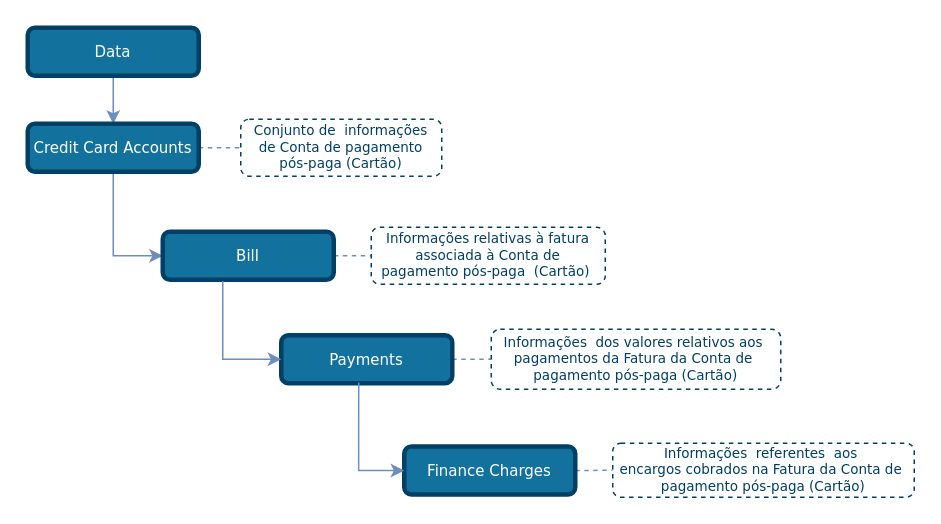
Before: draw_io_diagrams/credit_cards/TLD_CreditCardAccount_Bill.drawio in OpenBanking-Brasil/areadesenvolvedor, a draw.io diagram. Source tidied: cells renumbered, new cells numbered last; positions are measured from the earlier drawing's top-left corner, leaving out a move shared by most shapes. Both pictures are drawn from the tidied source at 150%, with x=0, y=0 at pixel (27, 27).
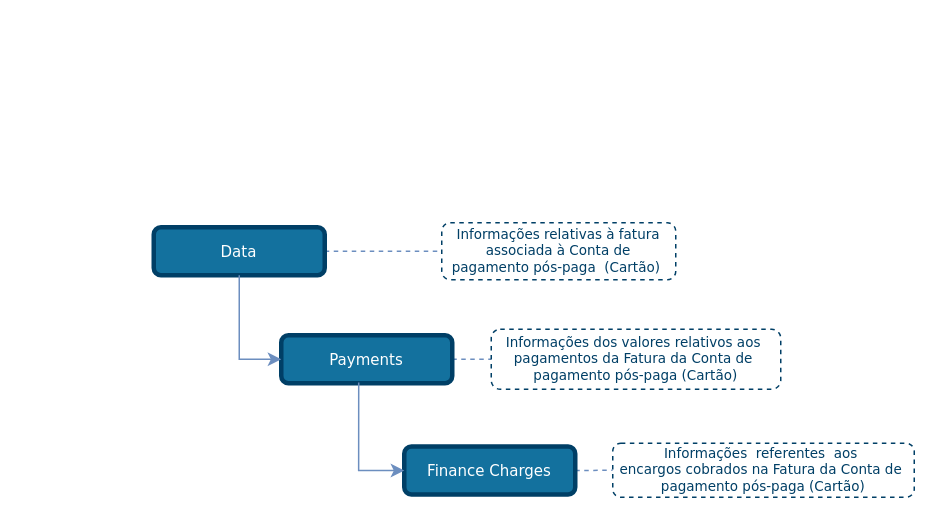
The same diagram, later.

Commit message (it also covers changes not shown here):
Credit Cards Account - Update TLDs

The edit, as a diff of the source:
```diff
@@
 <mxGraphModel>
   <root>
     <mxCell id="0" />
     <mxCell id="1" parent="0" />
-    <mxCell id="2" style="edgeStyle=none;rounded=1;jettySize=auto;html=1;entryX=0;entryY=0.5;entryDx=0;entryDy=0;dashed=1;endArrow=none;endFill=0;endSize=6;strokeColor=#6C8EBF;exitX=1;exitY=0.5;exitDx=0;exitDy=0;" parent="1" edge="1" source="10" target="8">
+    <mxCell id="2" style="edgeStyle=none;rounded=1;jettySize=auto;html=1;entryX=0;entryY=0.5;entryDx=0;entryDy=0;dashed=1;endArrow=none;endFill=0;endSize=6;strokeColor=#6C8EBF;exitX=1;exitY=0.5;exitDx=0;exitDy=0;" parent="1" edge="1" source="4" target="8">
       <mxGeometry relative="1" as="geometry" />
     </mxCell>
-    <mxCell id="3" style="edgeStyle=orthogonalEdgeStyle;rounded=0;jettySize=auto;html=1;exitX=0.5;exitY=1;exitDx=0;exitDy=0;entryX=0.5;entryY=0;entryDx=0;entryDy=0;endSize=6;fillColor=#dae8fc;strokeColor=#6c8ebf;comic=0;shadow=0;backgroundOutline=0;snapToPoint=0;fixDash=0;endArrow=classic;endFill=1;" parent="1" edge="1" source="4">
-      <mxGeometry relative="1" as="geometry">
-        <mxPoint x="57" y="64" as="targetPoint" />
-      </mxGeometry>
-    </mxCell>
     <mxCell id="4" value="Data" style="rounded=1;whiteSpace=wrap;html=1;comic=0;shadow=0;backgroundOutline=0;snapToPoint=0;fixDash=0;strokeWidth=3;fontFamily=Verdana;fontStyle=0;labelBackgroundColor=none;labelBorderColor=none;fontSize=10;fillColor=#13719E;strokeColor=#003F66;fontColor=#ffffff;" parent="1" vertex="1">
-      <mxGeometry width="114" height="32" as="geometry" />
+      <mxGeometry x="84" y="133" width="114" height="32" as="geometry" />
     </mxCell>
-    <mxCell id="5" style="edgeStyle=orthogonalEdgeStyle;rounded=0;jettySize=auto;html=1;exitX=0.5;exitY=1;exitDx=0;exitDy=0;entryX=0;entryY=0.5;entryDx=0;entryDy=0;strokeColor=#6C8EBF;endArrow=classic;endFill=1;" parent="1" edge="1" source="9" target="10">
-      <mxGeometry relative="1" as="geometry" />
-    </mxCell>
-    <mxCell id="6" style="edgeStyle=none;rounded=1;jettySize=auto;html=1;exitX=1;exitY=0.5;exitDx=0;exitDy=0;entryX=0;entryY=0.5;entryDx=0;entryDy=0;dashed=1;endArrow=none;endFill=0;endSize=6;strokeColor=#6C8EBF;" parent="1" edge="1" source="9" target="7">
-      <mxGeometry relative="1" as="geometry" />
-    </mxCell>
-    <mxCell id="7" value="&lt;font style=&quot;font-size: 9px&quot;&gt;Conjunto de&amp;nbsp; informações de Conta de pagamento pós-paga (Cartão)&lt;/font&gt;" style="rounded=1;whiteSpace=wrap;html=1;shadow=0;comic=0;strokeColor=#003F66;strokeWidth=1;fillColor=#ffffff;fontFamily=Verdana;fontSize=9;fontColor=#003F66;dashed=1;spacingLeft=5;spacing=0;spacingRight=5;spacingBottom=5;spacingTop=5;align=center;verticalAlign=middle;gradientColor=#ffffff;" parent="1" vertex="1">
-      <mxGeometry x="142" y="61" width="134" height="38" as="geometry" />
-    </mxCell>
     <mxCell id="8" value="&lt;font&gt;Informações relativas à&lt;span&gt;&amp;nbsp;fatura&lt;br&gt;&lt;/span&gt;&lt;span&gt;&amp;nbsp;associada à Conta de&amp;nbsp; pagamento pós-paga&lt;/span&gt;&amp;nbsp; (Cartão)&amp;nbsp;&lt;/font&gt;" style="rounded=1;whiteSpace=wrap;html=1;shadow=0;comic=0;strokeColor=#003F66;strokeWidth=1;fillColor=#ffffff;fontFamily=Verdana;fontSize=9;fontColor=#003F66;dashed=1;spacingLeft=5;spacing=0;spacingRight=5;spacingBottom=5;spacingTop=5;align=center;verticalAlign=middle;gradientColor=#ffffff;" parent="1" vertex="1">
-      <mxGeometry x="229" y="133" width="156" height="38" as="geometry" />
+      <mxGeometry x="276" y="130" width="156" height="38" as="geometry" />
     </mxCell>
-    <mxCell id="9" value="Credit Card Accounts" style="rounded=1;whiteSpace=wrap;html=1;comic=0;shadow=0;backgroundOutline=0;snapToPoint=0;fixDash=0;strokeWidth=3;fontFamily=Verdana;fontStyle=0;labelBackgroundColor=none;labelBorderColor=none;fontSize=10;fillColor=#13719E;strokeColor=#003F66;fontColor=#ffffff;" parent="1" vertex="1">
-      <mxGeometry y="64" width="114" height="32" as="geometry" />
-    </mxCell>
-    <mxCell id="10" value="Bill" style="rounded=1;whiteSpace=wrap;html=1;comic=0;shadow=0;backgroundOutline=0;snapToPoint=0;fixDash=0;strokeWidth=3;fontFamily=Verdana;fontStyle=0;labelBackgroundColor=none;labelBorderColor=none;fontSize=10;fillColor=#13719E;strokeColor=#003F66;fontColor=#ffffff;" parent="1" vertex="1">
-      <mxGeometry x="90" y="136" width="114" height="32" as="geometry" />
-    </mxCell>
     <mxCell id="11" style="edgeStyle=none;rounded=1;jettySize=auto;html=1;entryX=0;entryY=0.5;entryDx=0;entryDy=0;dashed=1;endArrow=none;endFill=0;endSize=6;strokeColor=#6C8EBF;exitX=1;exitY=0.5;exitDx=0;exitDy=0;" parent="1" edge="1" source="13" target="12">
       <mxGeometry relative="1" as="geometry" />
     </mxCell>
-    <mxCell id="12" value="&lt;font style=&quot;font-size: 9px&quot;&gt;Informações&amp;nbsp; dos&amp;nbsp;&lt;/font&gt;&lt;span&gt;valores relativos aos&amp;nbsp;&lt;/span&gt;&lt;div&gt;pagamentos da Fatura da Conta de&amp;nbsp;&lt;/div&gt;&lt;div&gt;pagamento pós-paga (Cartão)&lt;/div&gt;" style="rounded=1;whiteSpace=wrap;html=1;shadow=0;comic=0;strokeColor=#003F66;strokeWidth=1;fillColor=#ffffff;fontFamily=Verdana;fontSize=9;fontColor=#003F66;dashed=1;spacingLeft=5;spacing=0;spacingRight=5;spacingBottom=5;spacingTop=5;align=center;verticalAlign=middle;gradientColor=#ffffff;" parent="1" vertex="1">
+    <mxCell id="12" value="&lt;font style=&quot;font-size: 9px&quot;&gt;Informações dos&amp;nbsp;&lt;/font&gt;&lt;span&gt;valores relativos aos&amp;nbsp;&lt;/span&gt;&lt;div&gt;pagamentos da Fatura da Conta de&amp;nbsp;&lt;/div&gt;&lt;div&gt;pagamento pós-paga (Cartão)&lt;/div&gt;" style="rounded=1;whiteSpace=wrap;html=1;shadow=0;comic=0;strokeColor=#003F66;strokeWidth=1;fillColor=#ffffff;fontFamily=Verdana;fontSize=9;fontColor=#003F66;dashed=1;spacingLeft=5;spacing=0;spacingRight=5;spacingBottom=5;spacingTop=5;align=center;verticalAlign=middle;gradientColor=#ffffff;" parent="1" vertex="1">
       <mxGeometry x="309" y="201" width="193" height="40" as="geometry" />
     </mxCell>
     <mxCell id="13" value="Payments" style="rounded=1;whiteSpace=wrap;html=1;comic=0;shadow=0;backgroundOutline=0;snapToPoint=0;fixDash=0;strokeWidth=3;fontFamily=Verdana;fontStyle=0;labelBackgroundColor=none;labelBorderColor=none;fontSize=10;fillColor=#13719E;strokeColor=#003F66;fontColor=#ffffff;" parent="1" vertex="1">
       <mxGeometry x="169" y="205" width="114" height="32" as="geometry" />
     </mxCell>
-    <mxCell id="14" style="edgeStyle=orthogonalEdgeStyle;rounded=0;jettySize=auto;html=1;exitX=0.351;exitY=1.026;exitDx=0;exitDy=0;entryX=0;entryY=0.5;entryDx=0;entryDy=0;strokeColor=#6C8EBF;endArrow=classic;endFill=1;exitPerimeter=0;" parent="1" edge="1" source="10" target="13">
+    <mxCell id="14" style="edgeStyle=orthogonalEdgeStyle;rounded=0;jettySize=auto;html=1;entryX=0;entryY=0.5;entryDx=0;entryDy=0;strokeColor=#6C8EBF;endArrow=classic;endFill=1;exitX=0.5;exitY=1;exitDx=0;exitDy=0;" parent="1" edge="1" source="4" target="13">
       <mxGeometry relative="1" as="geometry" />
     </mxCell>
     <mxCell id="15" style="edgeStyle=none;rounded=1;jettySize=auto;html=1;entryX=0;entryY=0.5;entryDx=0;entryDy=0;dashed=1;endArrow=none;endFill=0;endSize=6;strokeColor=#6C8EBF;exitX=1;exitY=0.5;exitDx=0;exitDy=0;" parent="1" edge="1" source="17" target="16">
       <mxGeometry relative="1" as="geometry" />
     </mxCell>
     <mxCell id="16" value="&lt;font style=&quot;font-size: 9px&quot;&gt;Informações&amp;nbsp; referentes&amp;nbsp;&lt;/font&gt;&lt;span&gt;&amp;nbsp;aos&amp;nbsp;&lt;/span&gt;&lt;div&gt;encargos cobrados na Fatura da Conta de&amp;nbsp;&lt;/div&gt;&lt;div&gt;pagamento pós-paga (Cartão)&lt;/div&gt;" style="rounded=1;whiteSpace=wrap;html=1;shadow=0;comic=0;strokeColor=#003F66;strokeWidth=1;fillColor=#ffffff;fontFamily=Verdana;fontSize=9;fontColor=#003F66;dashed=1;spacingLeft=5;spacing=0;spacingRight=5;spacingBottom=5;spacingTop=5;align=center;verticalAlign=middle;gradientColor=#ffffff;" parent="1" vertex="1">
       <mxGeometry x="390" y="277" width="201" height="36" as="geometry" />
     </mxCell>
     <mxCell id="17" value="Finance Charges" style="rounded=1;whiteSpace=wrap;html=1;comic=0;shadow=0;backgroundOutline=0;snapToPoint=0;fixDash=0;strokeWidth=3;fontFamily=Verdana;fontStyle=0;labelBackgroundColor=none;labelBorderColor=none;fontSize=10;fillColor=#13719E;strokeColor=#003F66;fontColor=#ffffff;" parent="1" vertex="1">
       <mxGeometry x="251" y="279.2" width="114" height="32" as="geometry" />
     </mxCell>
     <mxCell id="18" style="edgeStyle=orthogonalEdgeStyle;rounded=0;jettySize=auto;html=1;exitX=0.453;exitY=0.984;exitDx=0;exitDy=0;entryX=0;entryY=0.5;entryDx=0;entryDy=0;strokeColor=#6C8EBF;endArrow=classic;endFill=1;exitPerimeter=0;" parent="1" edge="1" source="13" target="17">
       <mxGeometry relative="1" as="geometry" />
     </mxCell>
   </root>
 </mxGraphModel>
```
